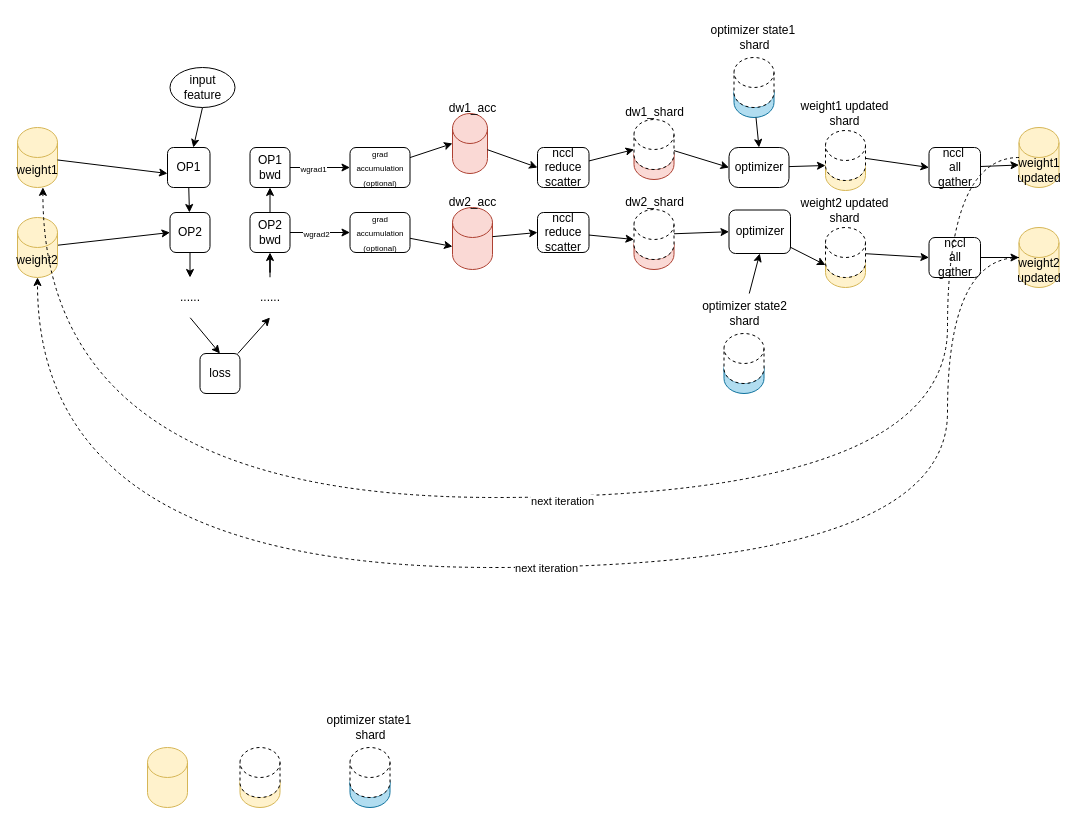
This is zero1.drawio from thereAreDemonsNearby/DynamoRIOAndDrCCTProfNotes, a draw.io file, before an edit. Source tidied: cells renumbered, new cells numbered last; positions are measured from the earlier drawing's top-left corner, leaving out a move shared by most shapes. Both pictures are drawn from the tidied source at 100%, with x=0, y=0 at pixel (17, 17).
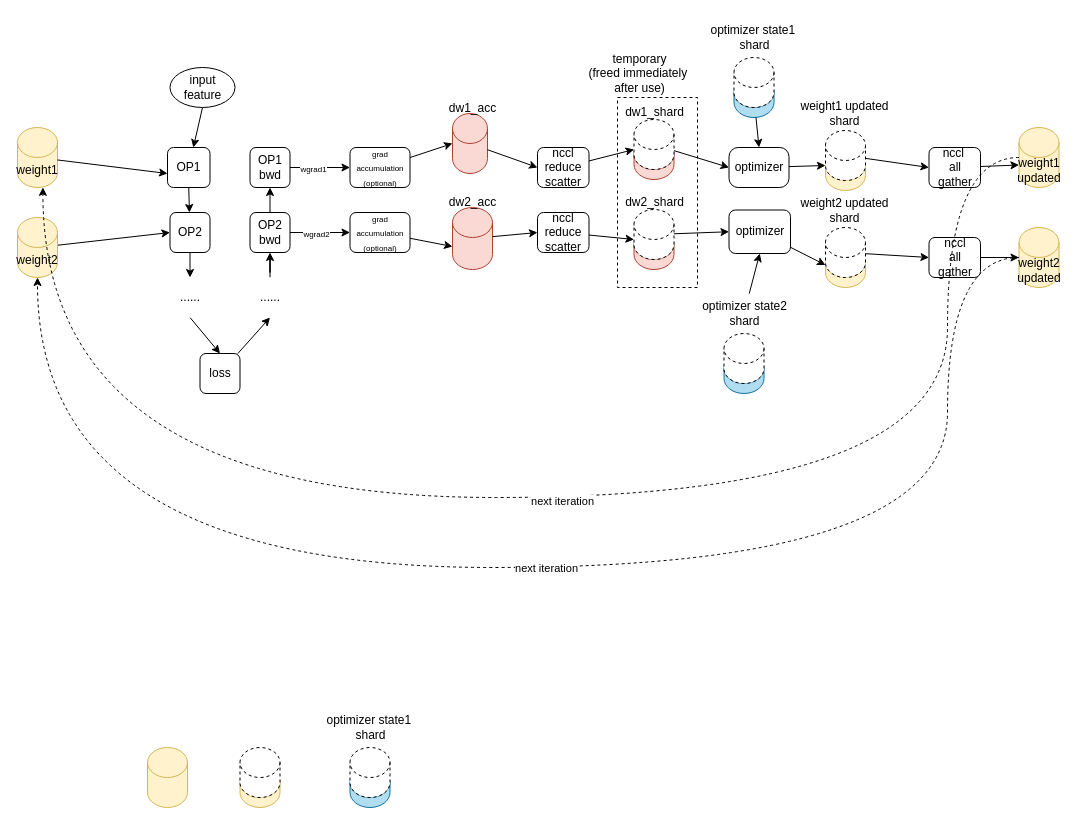
After the change.

Diff of the diagram source:
```diff
@@
+    <mxCell id="93" style="rounded=0;whiteSpace=wrap;html=1;fillColor=none;strokeColor=default;dashed=1;" parent="1" vertex="1">
+      <mxGeometry x="600" y="80" width="80" height="190" as="geometry" />
+    </mxCell>
+    <mxCell id="94" value="&lt;div&gt;temporary&lt;/div&gt;&lt;div&gt;(freed immediately&amp;nbsp;&lt;/div&gt;&lt;div&gt;after use)&lt;br&gt;&lt;/div&gt;" style="text;html=1;align=center;verticalAlign=middle;strokeColor=none;fillColor=none;" parent="1" vertex="1">
+      <mxGeometry x="556.5" y="26" width="130" height="60" as="geometry" />
+    </mxCell>
```
